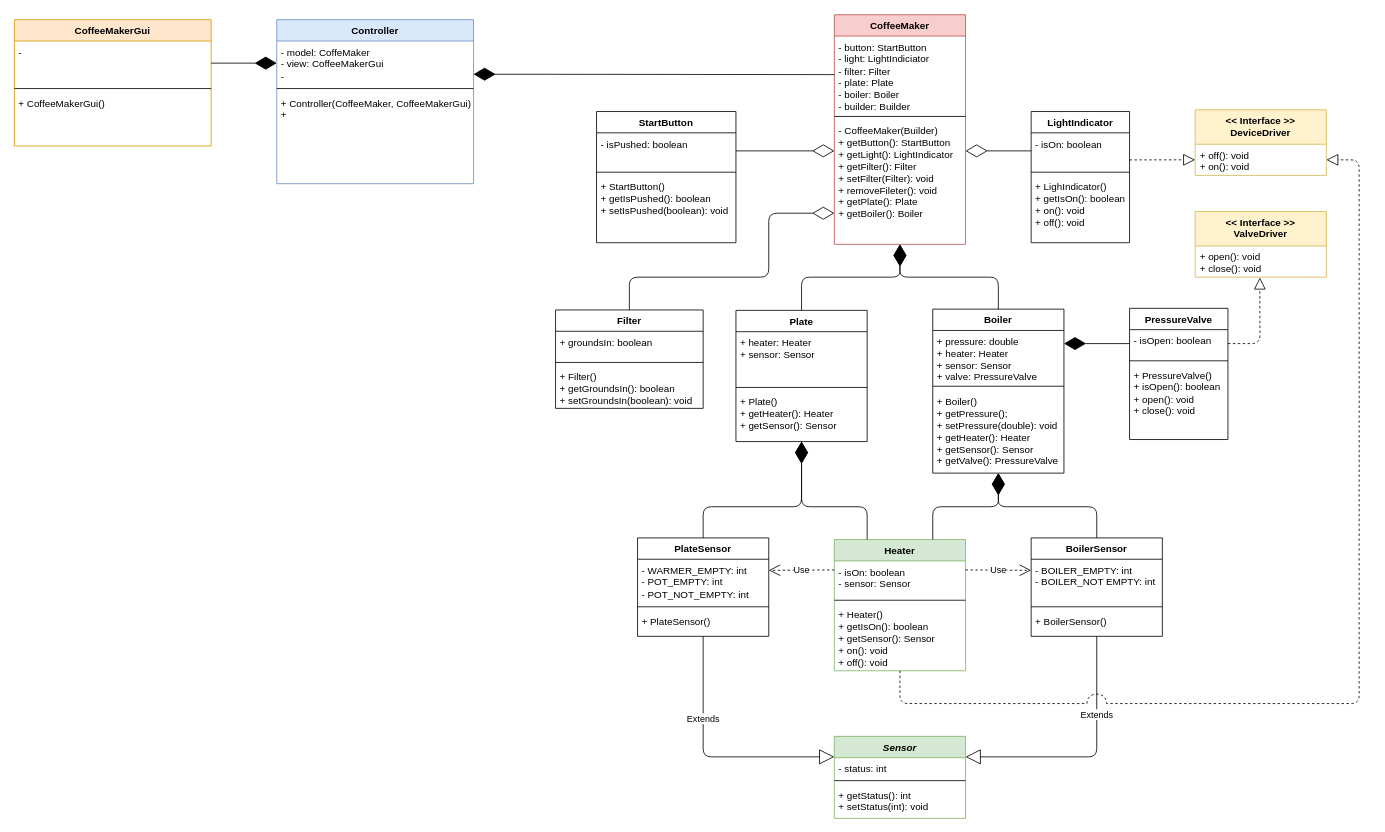
Earlier version of the draw.io diagram resources/CoffeeMakerUML.drawio (JosueRodriguezGarcia/CoffeeMaker-Group2). Source tidied: cells renumbered, new cells numbered last; positions are measured from the earlier drawing's top-left corner, leaving out a move shared by most shapes. Both pictures are drawn from the tidied source at 82%, with x=0, y=0 at pixel (14, 14).
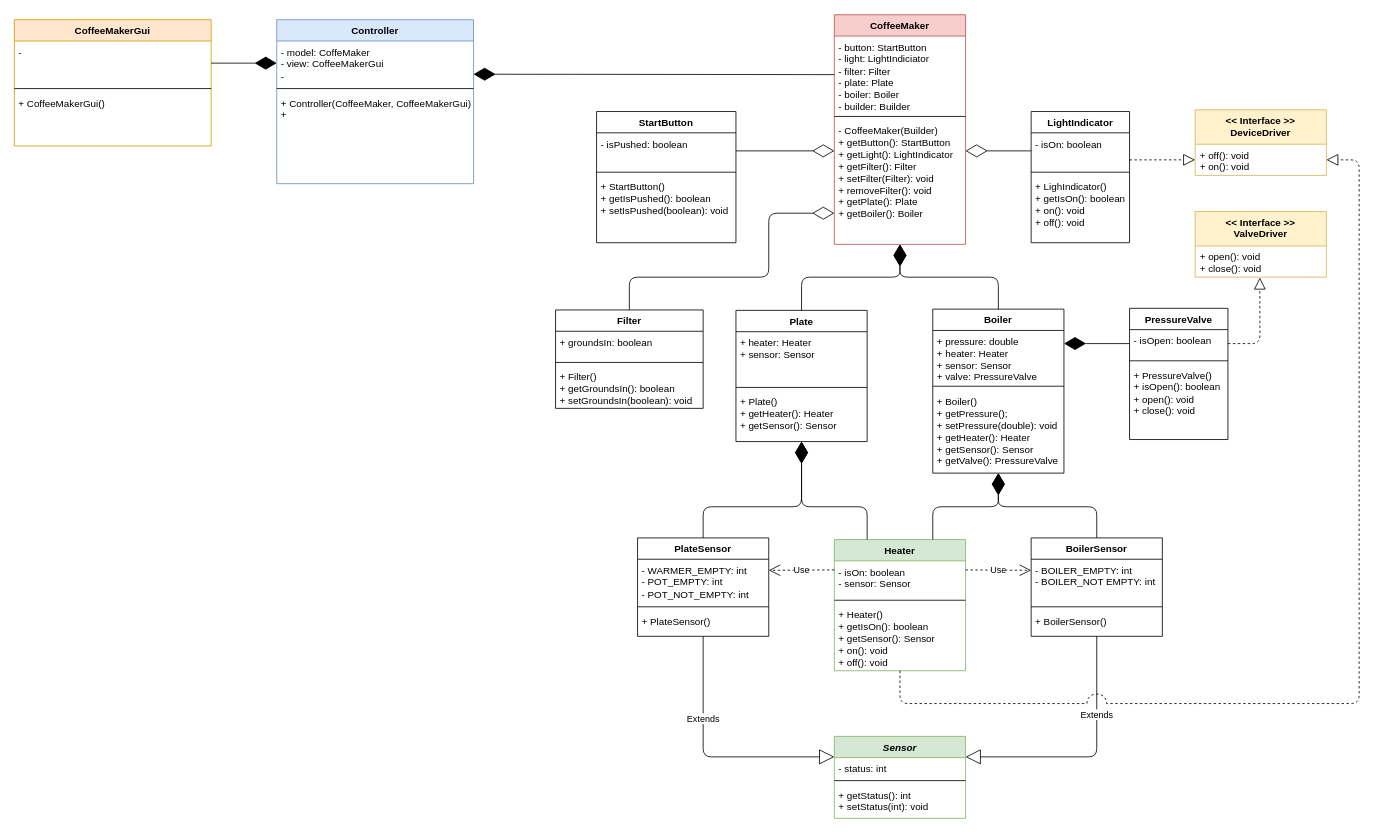
The same diagram, later.

Commit message (it also covers changes not shown here):
Names corrected

The change refers to these unchanged cells:
```xml
<mxCell id="33" value="CoffeeMaker" style="swimlane;fontStyle=1;align=center;verticalAlign=middle;horizontal=1;startSize=26;fillColor=#f8cecc;strokeColor=#b85450;gradientDirection=north;swimlaneFillColor=none;" parent="1" vertex="1">
  <mxGeometry x="1000" y="0.5" width="160" height="280" as="geometry" />
</mxCell>
```

Diff of the diagram source:
```diff
@@
-    <mxCell id="36" value="&lt;div&gt;&amp;nbsp;- CoffeeMaker(Builder)&lt;/div&gt;&lt;div&gt;&amp;nbsp;+ getButton(): StartButton&lt;/div&gt;&lt;div&gt;&amp;nbsp;+ getLight(): LightIndicator&lt;/div&gt;&lt;div&gt;&amp;nbsp;+ getFilter(): Filter&lt;/div&gt;&lt;div&gt;&amp;nbsp;+ setFilter(Filter): void&lt;/div&gt;&lt;div&gt;&amp;nbsp;+ removeFileter(): void&lt;/div&gt;&lt;div&gt;&amp;nbsp;+ getPlate(): Plate&lt;/div&gt;&lt;div&gt;&amp;nbsp;+ getBoiler(): Boiler&lt;/div&gt;" style="text;html=1;strokeColor=none;fillColor=none;align=left;verticalAlign=top;whiteSpace=wrap;rounded=0;" parent="33" vertex="1">
+    <mxCell id="36" value="&lt;div&gt;&amp;nbsp;- CoffeeMaker(Builder)&lt;/div&gt;&lt;div&gt;&amp;nbsp;+ getButton(): StartButton&lt;/div&gt;&lt;div&gt;&amp;nbsp;+ getLight(): LightIndicator&lt;/div&gt;&lt;div&gt;&amp;nbsp;+ getFilter(): Filter&lt;/div&gt;&lt;div&gt;&amp;nbsp;+ setFilter(Filter): void&lt;/div&gt;&lt;div&gt;&amp;nbsp;+ removeFilter(): void&lt;/div&gt;&lt;div&gt;&amp;nbsp;+ getPlate(): Plate&lt;/div&gt;&lt;div&gt;&amp;nbsp;+ getBoiler(): Boiler&lt;/div&gt;" style="text;html=1;strokeColor=none;fillColor=none;align=left;verticalAlign=top;whiteSpace=wrap;rounded=0;" parent="33" vertex="1">
       <mxGeometry y="128" width="160" height="152" as="geometry" />
     </mxCell>
```
